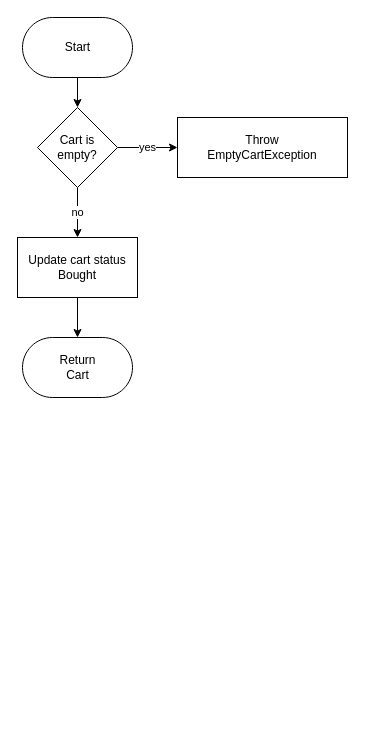
sirbaconjr/simple-cart-api keeps this draw.io diagram as page "CheckoutCartAction" (2 of 11) of docs/schematics/actions.drawio.xml. Above is the earlier version. Source tidied: cells renumbered, new cells numbered last; positions are measured from the earlier drawing's top-left corner, leaving out a move shared by most shapes. Both pictures are drawn from the tidied source at 100%, with x=0, y=0 at pixel (17, 17).
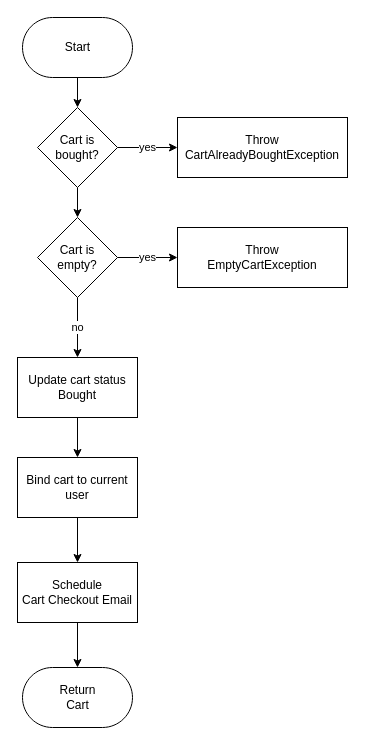
The same diagram, later.

Diff of the diagram source:
```diff
@@
 <mxGraphModel>
   <root>
     <mxCell id="0" />
     <mxCell id="1" parent="0" />
-    <mxCell id="2" style="edgeStyle=orthogonalEdgeStyle;rounded=0;jettySize=auto;html=1;entryX=0.5;entryY=0.5;entryDx=0;entryDy=-30;entryPerimeter=0;" parent="1" edge="1" source="3" target="10">
-      <mxGeometry relative="1" as="geometry" />
-    </mxCell>
+    <mxCell id="11" style="edgeStyle=orthogonalEdgeStyle;rounded=0;jettySize=auto;html=1;" parent="1" edge="1" source="3" target="19">
+      <mxGeometry relative="1" as="geometry" />
+    </mxCell>
     <mxCell id="3" value="Update cart status&lt;br&gt;Bought" style="whiteSpace=wrap;html=1;rounded=0;" parent="1" vertex="1">
-      <mxGeometry y="220" width="120" height="60" as="geometry" />
+      <mxGeometry y="340" width="120" height="60" as="geometry" />
     </mxCell>
     <mxCell id="4" style="edgeStyle=orthogonalEdgeStyle;rounded=0;jettySize=auto;html=1;" parent="1" edge="1" source="5" target="8">
       <mxGeometry relative="1" as="geometry" />
     </mxCell>
     <mxCell id="5" value="Start" style="html=1;dashed=0;whitespace=wrap;shape=mxgraph.dfd.start;" parent="1" vertex="1">
       <mxGeometry x="5" width="110" height="60" as="geometry" />
     </mxCell>
-    <mxCell id="6" value="no" style="edgeStyle=orthogonalEdgeStyle;rounded=0;jettySize=auto;html=1;entryX=0.5;entryY=0;entryDx=0;entryDy=0;" parent="1" edge="1" source="8" target="3">
+    <mxCell id="6" value="no" style="edgeStyle=orthogonalEdgeStyle;rounded=0;jettySize=auto;html=1;entryX=0.5;entryY=0;entryDx=0;entryDy=0;exitX=0.5;exitY=1;exitDx=0;exitDy=0;" parent="1" edge="1" source="14" target="3">
       <mxGeometry relative="1" as="geometry" />
     </mxCell>
     <mxCell id="7" value="yes" style="edgeStyle=orthogonalEdgeStyle;rounded=0;jettySize=auto;html=1;" parent="1" edge="1" source="8" target="9">
       <mxGeometry relative="1" as="geometry" />
     </mxCell>
+    <mxCell id="12" style="edgeStyle=orthogonalEdgeStyle;rounded=0;jettySize=auto;html=1;" parent="1" edge="1" source="8" target="14">
+      <mxGeometry relative="1" as="geometry" />
+    </mxCell>
-    <mxCell id="8" value="Cart is&lt;br&gt;empty?" style="rhombus;whiteSpace=wrap;html=1;rounded=0;" parent="1" vertex="1">
+    <mxCell id="8" value="Cart is&lt;br&gt;bought?" style="rhombus;whiteSpace=wrap;html=1;rounded=0;" parent="1" vertex="1">
       <mxGeometry x="20" y="90" width="80" height="80" as="geometry" />
     </mxCell>
-    <mxCell id="9" value="Throw&lt;br&gt;EmptyCartException" style="whiteSpace=wrap;html=1;rounded=0;" parent="1" vertex="1">
+    <mxCell id="9" value="Throw&lt;br&gt;CartAlreadyBoughtException" style="whiteSpace=wrap;html=1;rounded=0;" parent="1" vertex="1">
       <mxGeometry x="160" y="100" width="170" height="60" as="geometry" />
     </mxCell>
     <mxCell id="10" value="Return&lt;br&gt;Cart" style="html=1;dashed=0;whitespace=wrap;shape=mxgraph.dfd.start;" parent="1" vertex="1">
-      <mxGeometry x="5" y="320" width="110" height="60" as="geometry" />
+      <mxGeometry x="5" y="650" width="110" height="60" as="geometry" />
     </mxCell>
+    <mxCell id="13" value="yes" style="edgeStyle=orthogonalEdgeStyle;rounded=0;jettySize=auto;html=1;" parent="1" edge="1" source="14" target="15">
+      <mxGeometry relative="1" as="geometry" />
+    </mxCell>
+    <mxCell id="14" value="Cart is&lt;br&gt;empty?" style="rhombus;whiteSpace=wrap;html=1;rounded=0;" parent="1" vertex="1">
+      <mxGeometry x="20" y="200" width="80" height="80" as="geometry" />
+    </mxCell>
+    <mxCell id="15" value="Throw&lt;br&gt;EmptyCartException" style="whiteSpace=wrap;html=1;rounded=0;" parent="1" vertex="1">
+      <mxGeometry x="160" y="210" width="170" height="60" as="geometry" />
+    </mxCell>
+    <mxCell id="16" style="edgeStyle=orthogonalEdgeStyle;rounded=0;jettySize=auto;html=1;" parent="1" edge="1" source="17" target="10">
+      <mxGeometry relative="1" as="geometry" />
+    </mxCell>
+    <mxCell id="17" value="Schedule&lt;br&gt;Cart Checkout Email" style="whiteSpace=wrap;html=1;rounded=0;" parent="1" vertex="1">
+      <mxGeometry y="545" width="120" height="60" as="geometry" />
+    </mxCell>
+    <mxCell id="18" style="edgeStyle=orthogonalEdgeStyle;rounded=0;jettySize=auto;html=1;" parent="1" edge="1" source="19" target="17">
+      <mxGeometry relative="1" as="geometry" />
+    </mxCell>
+    <mxCell id="19" value="Bind cart to current user" style="whiteSpace=wrap;html=1;rounded=0;" parent="1" vertex="1">
+      <mxGeometry y="440" width="120" height="60" as="geometry" />
+    </mxCell>
   </root>
 </mxGraphModel>
```
